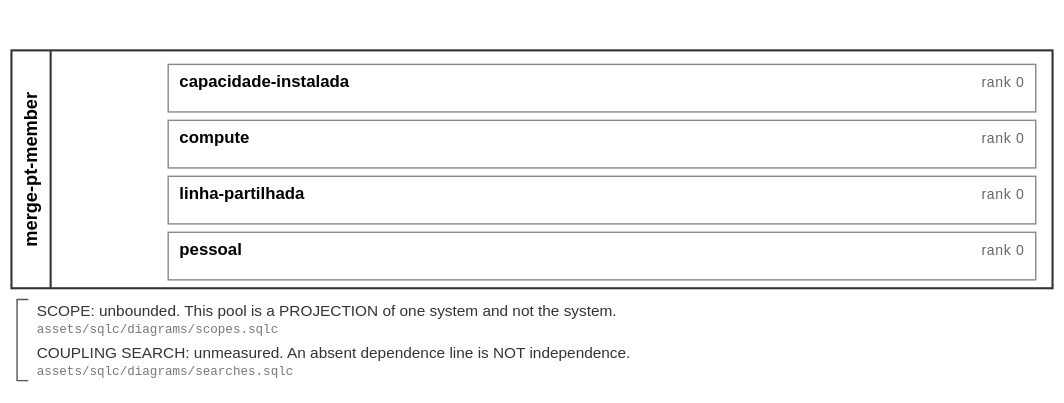
soulstompp/process-modulus keeps this BPMN diagram as assets/svg/filings/merge-pt-member.svg. Above is the earlier version. Its source is kept beside it as assets/bpmn/filings/merge-pt-member.bpmn. Ids are renumbered.
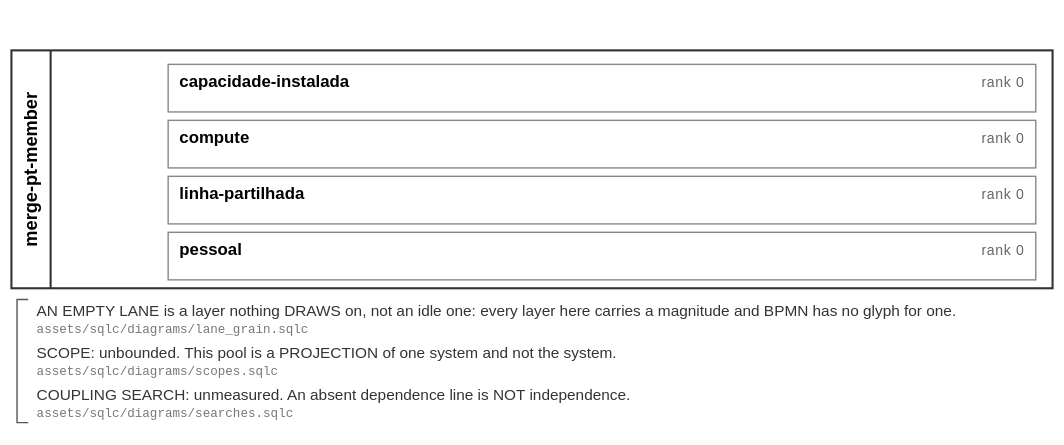
Above is the later version.

Diff of the diagram source:
```diff
@@ -29,6 +29,9 @@
         <documentation>rank 0; nothing beneath this layer needs evaluating first at rank 0, and a higher rank waits on every arrival below it [assets/sqlc/rank/evaluation_order.sqlc]</documentation>
       </lane>
     </laneSet>
+    <textAnnotation id="note_merge-pt-member_lane">
+      <text>AN EMPTY LANE is a layer nothing DRAWS on, not an idle one: every layer here carries a magnitude and BPMN has no glyph for one. [assets/sqlc/diagrams/lane_grain.sqlc]</text>
+    </textAnnotation>
     <textAnnotation id="note_merge-pt-member_scope">
       <text>SCOPE: unbounded. This pool is a PROJECTION of one system and not the system. [assets/sqlc/diagrams/scopes.sqlc]</text>
     </textAnnotation>
@@ -53,11 +56,14 @@
       <bpmndi:BPMNShape id="shape_merge-pt-member_lane_merge-pt-member_pessoal" bpmnElement="tns:lane_merge-pt-member_pessoal">
         <dc:Bounds x="120" y="166" width="620" height="34"/>
       </bpmndi:BPMNShape>
-      <bpmndi:BPMNShape id="shape_merge-pt-member_note_merge-pt-member_scope" bpmnElement="tns:note_merge-pt-member_scope">
+      <bpmndi:BPMNShape id="shape_merge-pt-member_note_merge-pt-member_lane" bpmnElement="tns:note_merge-pt-member_lane">
         <dc:Bounds x="20" y="214" width="720" height="28"/>
       </bpmndi:BPMNShape>
+      <bpmndi:BPMNShape id="shape_merge-pt-member_note_merge-pt-member_scope" bpmnElement="tns:note_merge-pt-member_scope">
+        <dc:Bounds x="20" y="244" width="720" height="28"/>
+      </bpmndi:BPMNShape>
       <bpmndi:BPMNShape id="shape_merge-pt-member_note_merge-pt-member_search" bpmnElement="tns:note_merge-pt-member_search">
-        <dc:Bounds x="20" y="244" width="720" height="28"/>
+        <dc:Bounds x="20" y="274" width="720" height="28"/>
       </bpmndi:BPMNShape>
     </bpmndi:BPMNPlane>
   </bpmndi:BPMNDiagram>
```
